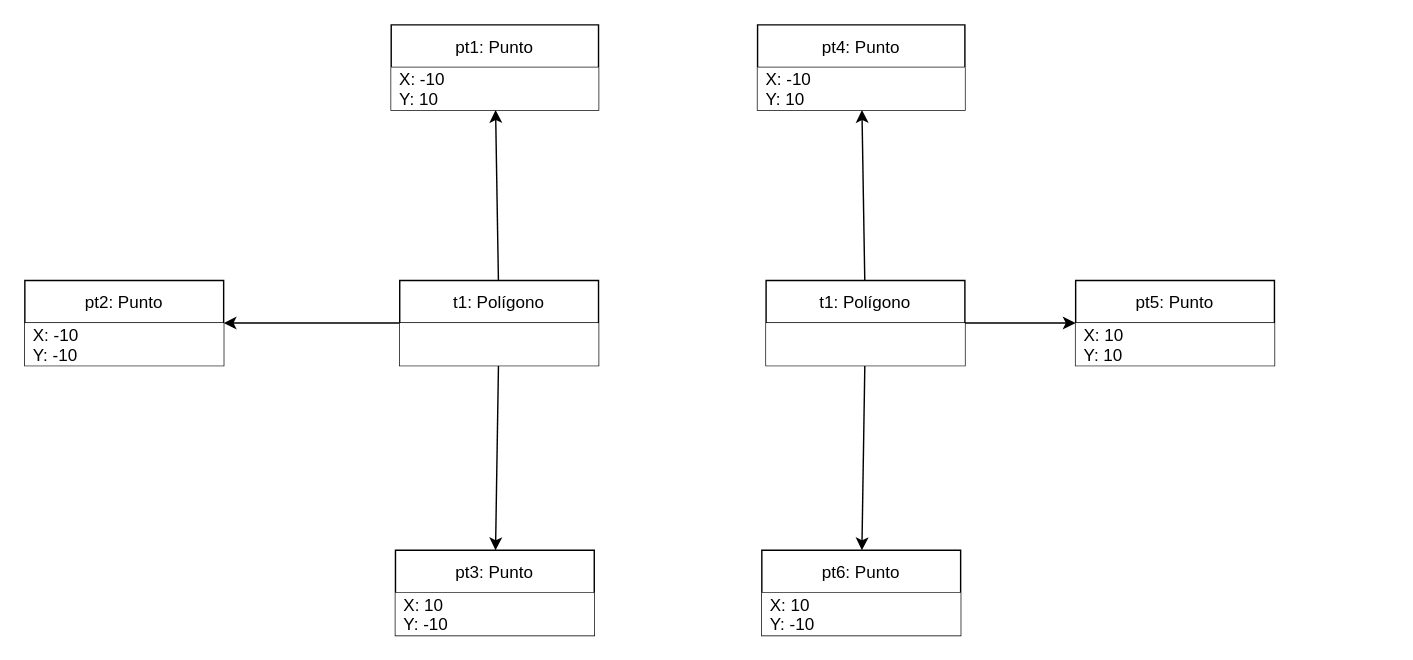
This is Ejercicio 14.drawio from ESTHERRODRIGUEZGARCIA/TrabajoGrupal1-EDA, a draw.io file, before an edit. Source tidied: cells renumbered, new cells numbered last; positions are measured from the earlier drawing's top-left corner, leaving out a move shared by most shapes. Both pictures are drawn from the tidied source at 142%, with x=0, y=0 at pixel (24, 24).
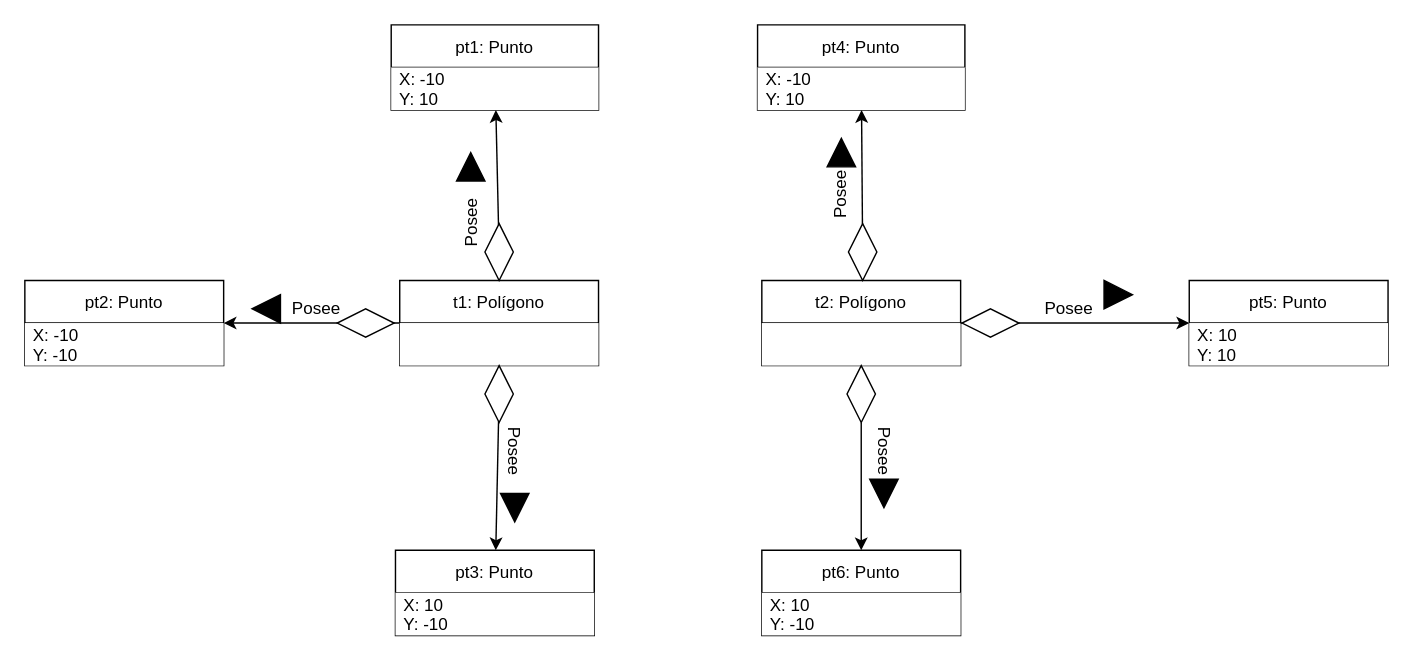
Above is the later version.

Commit message (it also covers changes not shown here):
Ejercicio 15 acabado

The change refers to these unchanged cells:
```xml
<mxCell id="5" value="t1: Polígono" style="swimlane;fontStyle=0;horizontal=1;startSize=30;" parent="1" vertex="1">
  <mxGeometry x="264" y="180" width="140" height="60" as="geometry" />
</mxCell>
<mxCell id="9" value="pt1: Punto" style="swimlane;fontStyle=0;horizontal=1;startSize=30;" parent="1" vertex="1">
  <mxGeometry x="258" width="146" height="60" as="geometry" />
</mxCell>
<mxCell id="11" value="pt3: Punto" style="swimlane;fontStyle=0;horizontal=1;startSize=30;" parent="1" vertex="1">
  <mxGeometry x="261" y="370" width="140" height="60" as="geometry" />
</mxCell>
<mxCell id="20" value="pt4: Punto" style="swimlane;fontStyle=0;horizontal=1;startSize=30;" parent="1" vertex="1">
  <mxGeometry x="516" width="146" height="60" as="geometry" />
</mxCell>
<mxCell id="22" value="pt6: Punto" style="swimlane;fontStyle=0;horizontal=1;startSize=30;" parent="1" vertex="1">
  <mxGeometry x="519" y="370" width="140" height="60" as="geometry" />
</mxCell>
```

Change to the diagram source:
```diff
@@
-    <mxCell id="3" style="edgeStyle=none;html=1;" parent="1" edge="1" source="5" target="9">
+    <mxCell id="3" style="edgeStyle=none;html=1;startArrow=none;" parent="1" edge="1" source="30" target="9">
       <mxGeometry relative="1" as="geometry" />
     </mxCell>
-    <mxCell id="4" style="edgeStyle=none;html=1;" parent="1" edge="1" source="5" target="11">
+    <mxCell id="4" style="edgeStyle=none;html=1;startArrow=none;" parent="1" edge="1" source="33" target="11">
       <mxGeometry relative="1" as="geometry" />
     </mxCell>
@@
-    <mxCell id="13" style="edgeStyle=none;html=1;" parent="1" edge="1" source="16" target="18">
+    <mxCell id="13" style="edgeStyle=none;html=1;startArrow=none;" parent="1" edge="1" source="37" target="18">
       <mxGeometry relative="1" as="geometry" />
     </mxCell>
-    <mxCell id="14" style="edgeStyle=none;html=1;" parent="1" edge="1" source="16" target="20">
+    <mxCell id="14" style="edgeStyle=none;html=1;startArrow=none;" parent="1" edge="1" source="39" target="20">
       <mxGeometry relative="1" as="geometry" />
     </mxCell>
-    <mxCell id="15" style="edgeStyle=none;html=1;" parent="1" edge="1" source="16" target="22">
+    <mxCell id="15" style="edgeStyle=none;html=1;startArrow=none;" parent="1" edge="1" source="35" target="22">
       <mxGeometry relative="1" as="geometry" />
     </mxCell>
-    <mxCell id="16" value="t1: Polígono" style="swimlane;fontStyle=0;horizontal=1;startSize=30;" parent="1" vertex="1">
-      <mxGeometry x="522" y="180" width="140" height="60" as="geometry" />
+    <mxCell id="16" value="t2: Polígono" style="swimlane;fontStyle=0;horizontal=1;startSize=30;" parent="1" vertex="1">
+      <mxGeometry x="519" y="180" width="140" height="60" as="geometry" />
     </mxCell>
@@
     <mxCell id="18" value="pt5: Punto" style="swimlane;fontStyle=0;horizontal=1;startSize=30;" parent="1" vertex="1">
-      <mxGeometry x="740" y="180" width="140" height="60" as="geometry" />
+      <mxGeometry x="820" y="180" width="140" height="60" as="geometry" />
     </mxCell>
@@
+    <mxCell id="24" value="Posee" style="text;html=1;align=center;verticalAlign=middle;fillColor=none;strokeColor=none;rounded=0;rotation=90;" parent="1" vertex="1">
+      <mxGeometry x="320" y="290" width="50" height="20" as="geometry" />
+    </mxCell>
+    <mxCell id="25" value="Posee" style="text;html=1;align=center;verticalAlign=middle;fillColor=none;strokeColor=none;rounded=0;rotation=-90;" parent="1" vertex="1">
+      <mxGeometry x="550" y="110" width="50" height="20" as="geometry" />
+    </mxCell>
+    <mxCell id="26" value="Posee" style="text;html=1;align=center;verticalAlign=middle;fillColor=none;strokeColor=none;rounded=0;rotation=90;" parent="1" vertex="1">
+      <mxGeometry x="580" y="290" width="50" height="20" as="geometry" />
+    </mxCell>
+    <mxCell id="27" value="Posee" style="text;html=1;align=center;verticalAlign=middle;fillColor=none;strokeColor=none;rounded=0;" parent="1" vertex="1">
+      <mxGeometry x="710" y="190" width="50" height="20" as="geometry" />
+    </mxCell>
+    <mxCell id="28" value="Posee" style="text;html=1;align=center;verticalAlign=middle;fillColor=none;strokeColor=none;rounded=0;" parent="1" vertex="1">
+      <mxGeometry x="180" y="190" width="50" height="20" as="geometry" />
+    </mxCell>
+    <mxCell id="29" value="Posee" style="text;html=1;align=center;verticalAlign=middle;fillColor=none;strokeColor=none;rounded=0;rotation=-90;" parent="1" vertex="1">
+      <mxGeometry x="290" y="130" width="50" height="20" as="geometry" />
+    </mxCell>
+    <mxCell id="30" style="rhombus;whiteSpace=wrap;html=1;" parent="1" vertex="1">
+      <mxGeometry x="324" y="140" width="20" height="40" as="geometry" />
+    </mxCell>
+    <mxCell id="31" style="edgeStyle=none;html=1;endArrow=none;" parent="1" edge="1" source="5" target="30">
+      <mxGeometry relative="1" as="geometry" />
+    </mxCell>
+    <mxCell id="32" style="rhombus;whiteSpace=wrap;html=1;rotation=90;" parent="1" vertex="1">
+      <mxGeometry x="230" y="190" width="20" height="40" as="geometry" />
+    </mxCell>
+    <mxCell id="33" style="rhombus;whiteSpace=wrap;html=1;" parent="1" vertex="1">
+      <mxGeometry x="324" y="240" width="20" height="40" as="geometry" />
+    </mxCell>
+    <mxCell id="34" style="edgeStyle=none;html=1;endArrow=none;" parent="1" edge="1" source="5" target="33">
+      <mxGeometry relative="1" as="geometry" />
+    </mxCell>
+    <mxCell id="35" style="rhombus;whiteSpace=wrap;html=1;" parent="1" vertex="1">
+      <mxGeometry x="579" y="240" width="20" height="40" as="geometry" />
+    </mxCell>
+    <mxCell id="36" style="edgeStyle=none;html=1;endArrow=none;" parent="1" edge="1" source="16" target="35">
+      <mxGeometry relative="1" as="geometry" />
+    </mxCell>
+    <mxCell id="37" style="rhombus;whiteSpace=wrap;html=1;rotation=90;" parent="1" vertex="1">
+      <mxGeometry x="670" y="190" width="20" height="40" as="geometry" />
+    </mxCell>
+    <mxCell id="38" style="edgeStyle=none;html=1;endArrow=none;" parent="1" edge="1" source="16" target="37">
+      <mxGeometry relative="1" as="geometry" />
+    </mxCell>
+    <mxCell id="39" style="rhombus;whiteSpace=wrap;html=1;" parent="1" vertex="1">
+      <mxGeometry x="580" y="140" width="20" height="40" as="geometry" />
+    </mxCell>
+    <mxCell id="40" style="edgeStyle=none;html=1;endArrow=none;" parent="1" edge="1" source="16" target="39">
+      <mxGeometry relative="1" as="geometry" />
+    </mxCell>
+    <mxCell id="41" style="triangle;whiteSpace=wrap;html=1;fillColor=#000000;rotation=90;" parent="1" vertex="1">
+      <mxGeometry x="595" y="320" width="20" height="20" as="geometry" />
+    </mxCell>
+    <mxCell id="42" style="triangle;whiteSpace=wrap;html=1;fillColor=#000000;rotation=-90;" parent="1" vertex="1">
+      <mxGeometry x="565" y="80" width="20" height="20" as="geometry" />
+    </mxCell>
+    <mxCell id="43" style="triangle;whiteSpace=wrap;html=1;fillColor=#000000;rotation=0;" parent="1" vertex="1">
+      <mxGeometry x="760" y="180" width="20" height="20" as="geometry" />
+    </mxCell>
+    <mxCell id="44" style="triangle;whiteSpace=wrap;html=1;fillColor=#000000;rotation=90;" parent="1" vertex="1">
+      <mxGeometry x="335" y="330" width="20" height="20" as="geometry" />
+    </mxCell>
+    <mxCell id="45" style="triangle;whiteSpace=wrap;html=1;fillColor=#000000;rotation=-90;" parent="1" vertex="1">
+      <mxGeometry x="304" y="90" width="20" height="20" as="geometry" />
+    </mxCell>
+    <mxCell id="46" style="triangle;whiteSpace=wrap;html=1;fillColor=#000000;rotation=-180;" parent="1" vertex="1">
+      <mxGeometry x="160" y="190" width="20" height="20" as="geometry" />
+    </mxCell>
```
